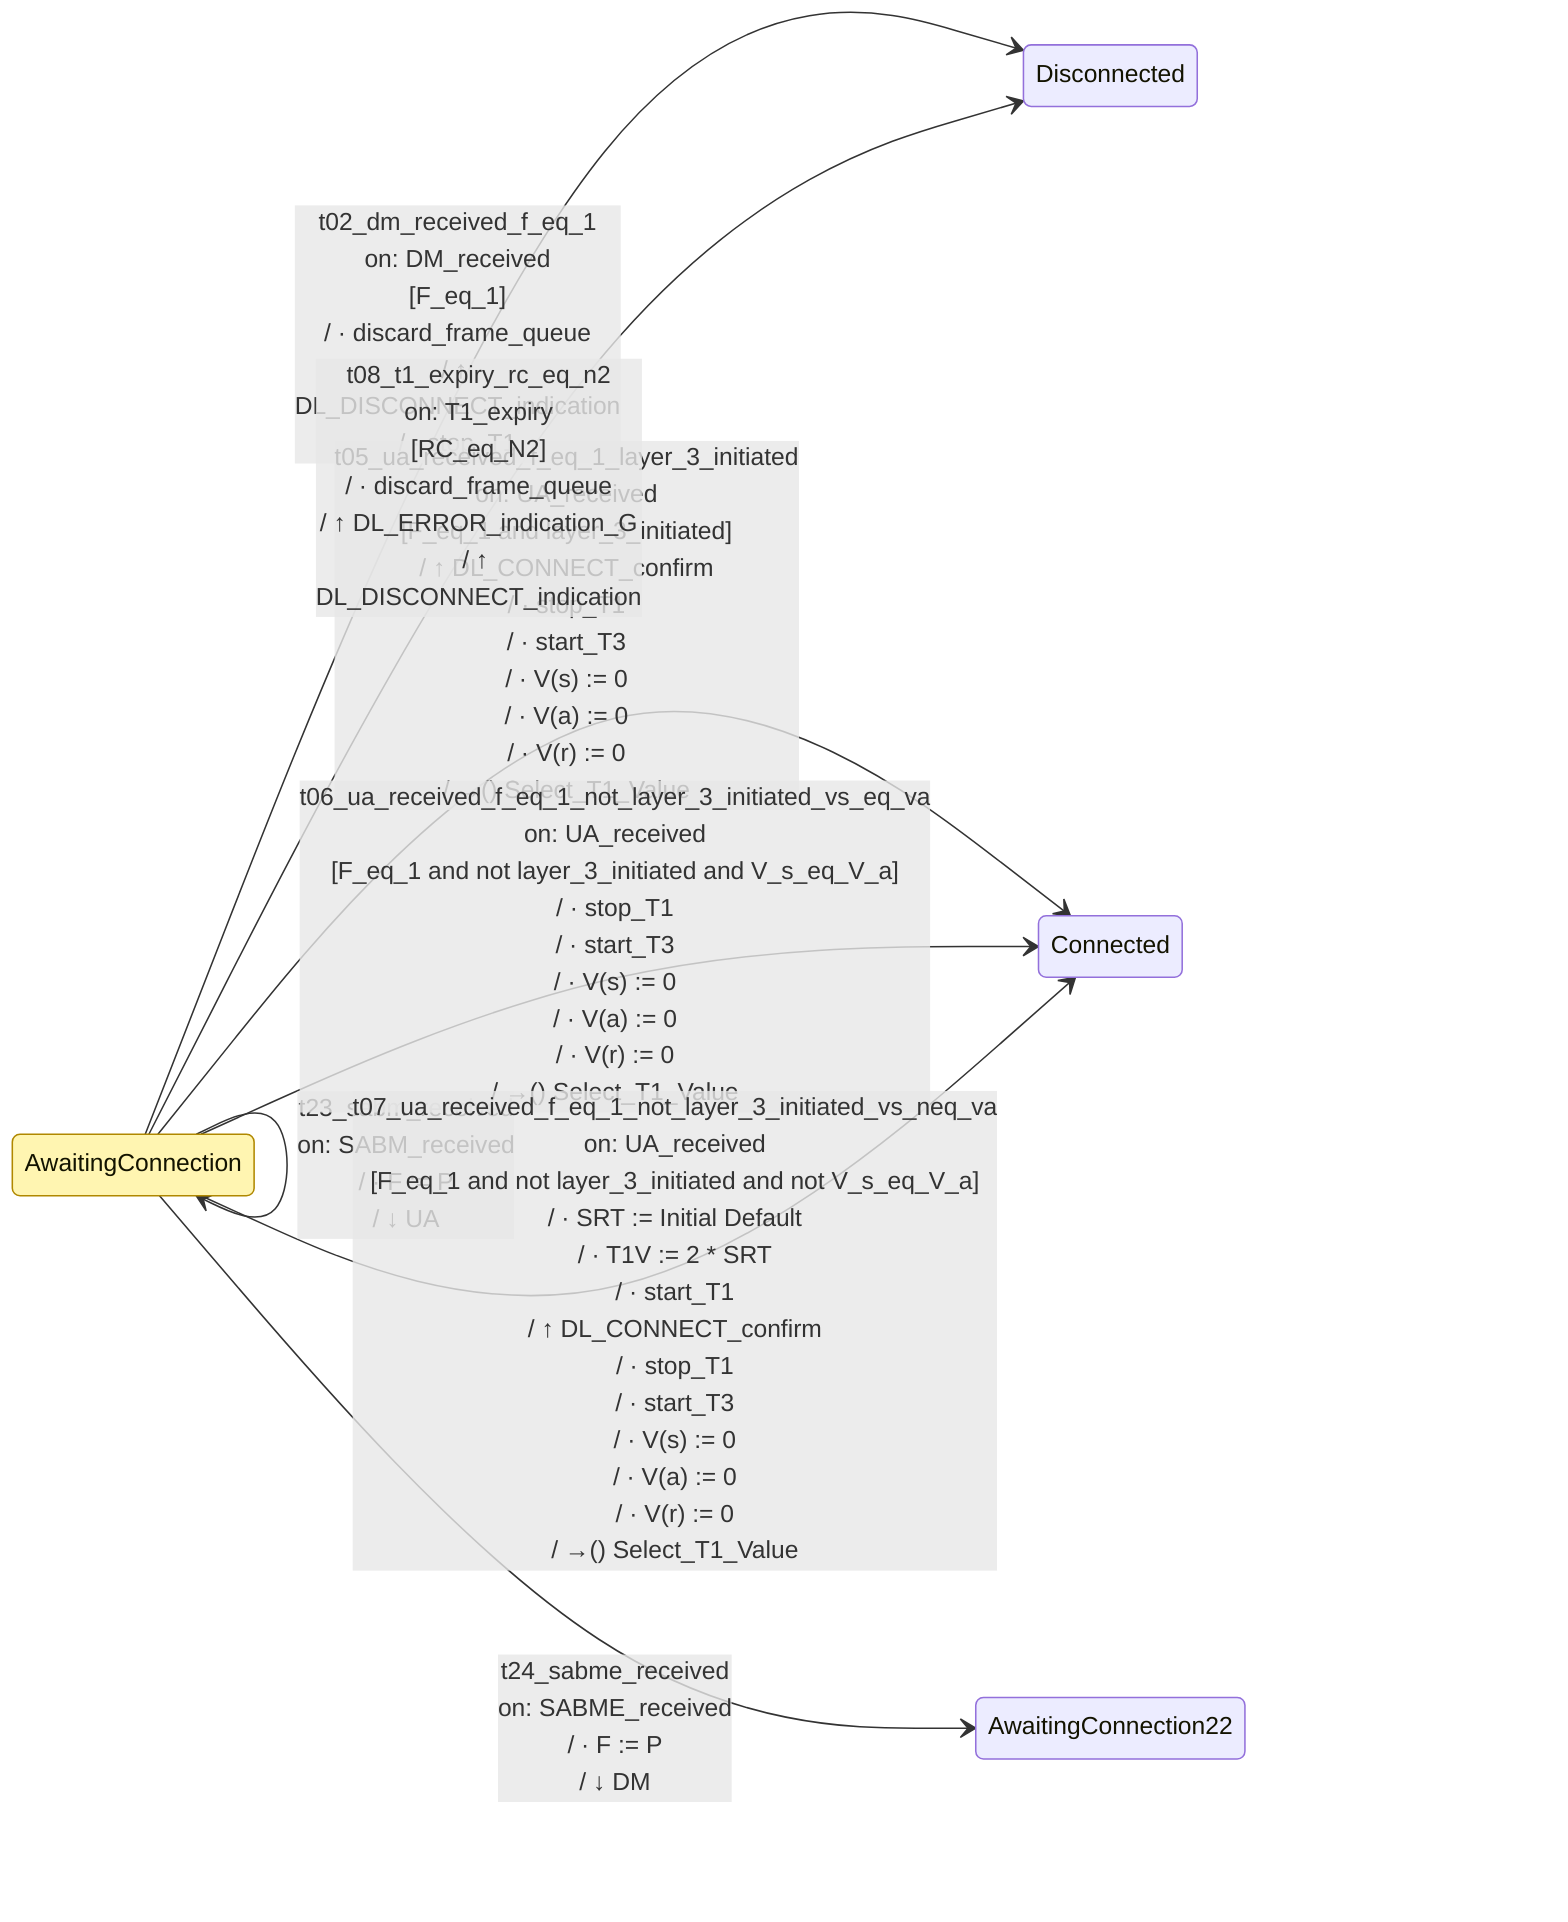
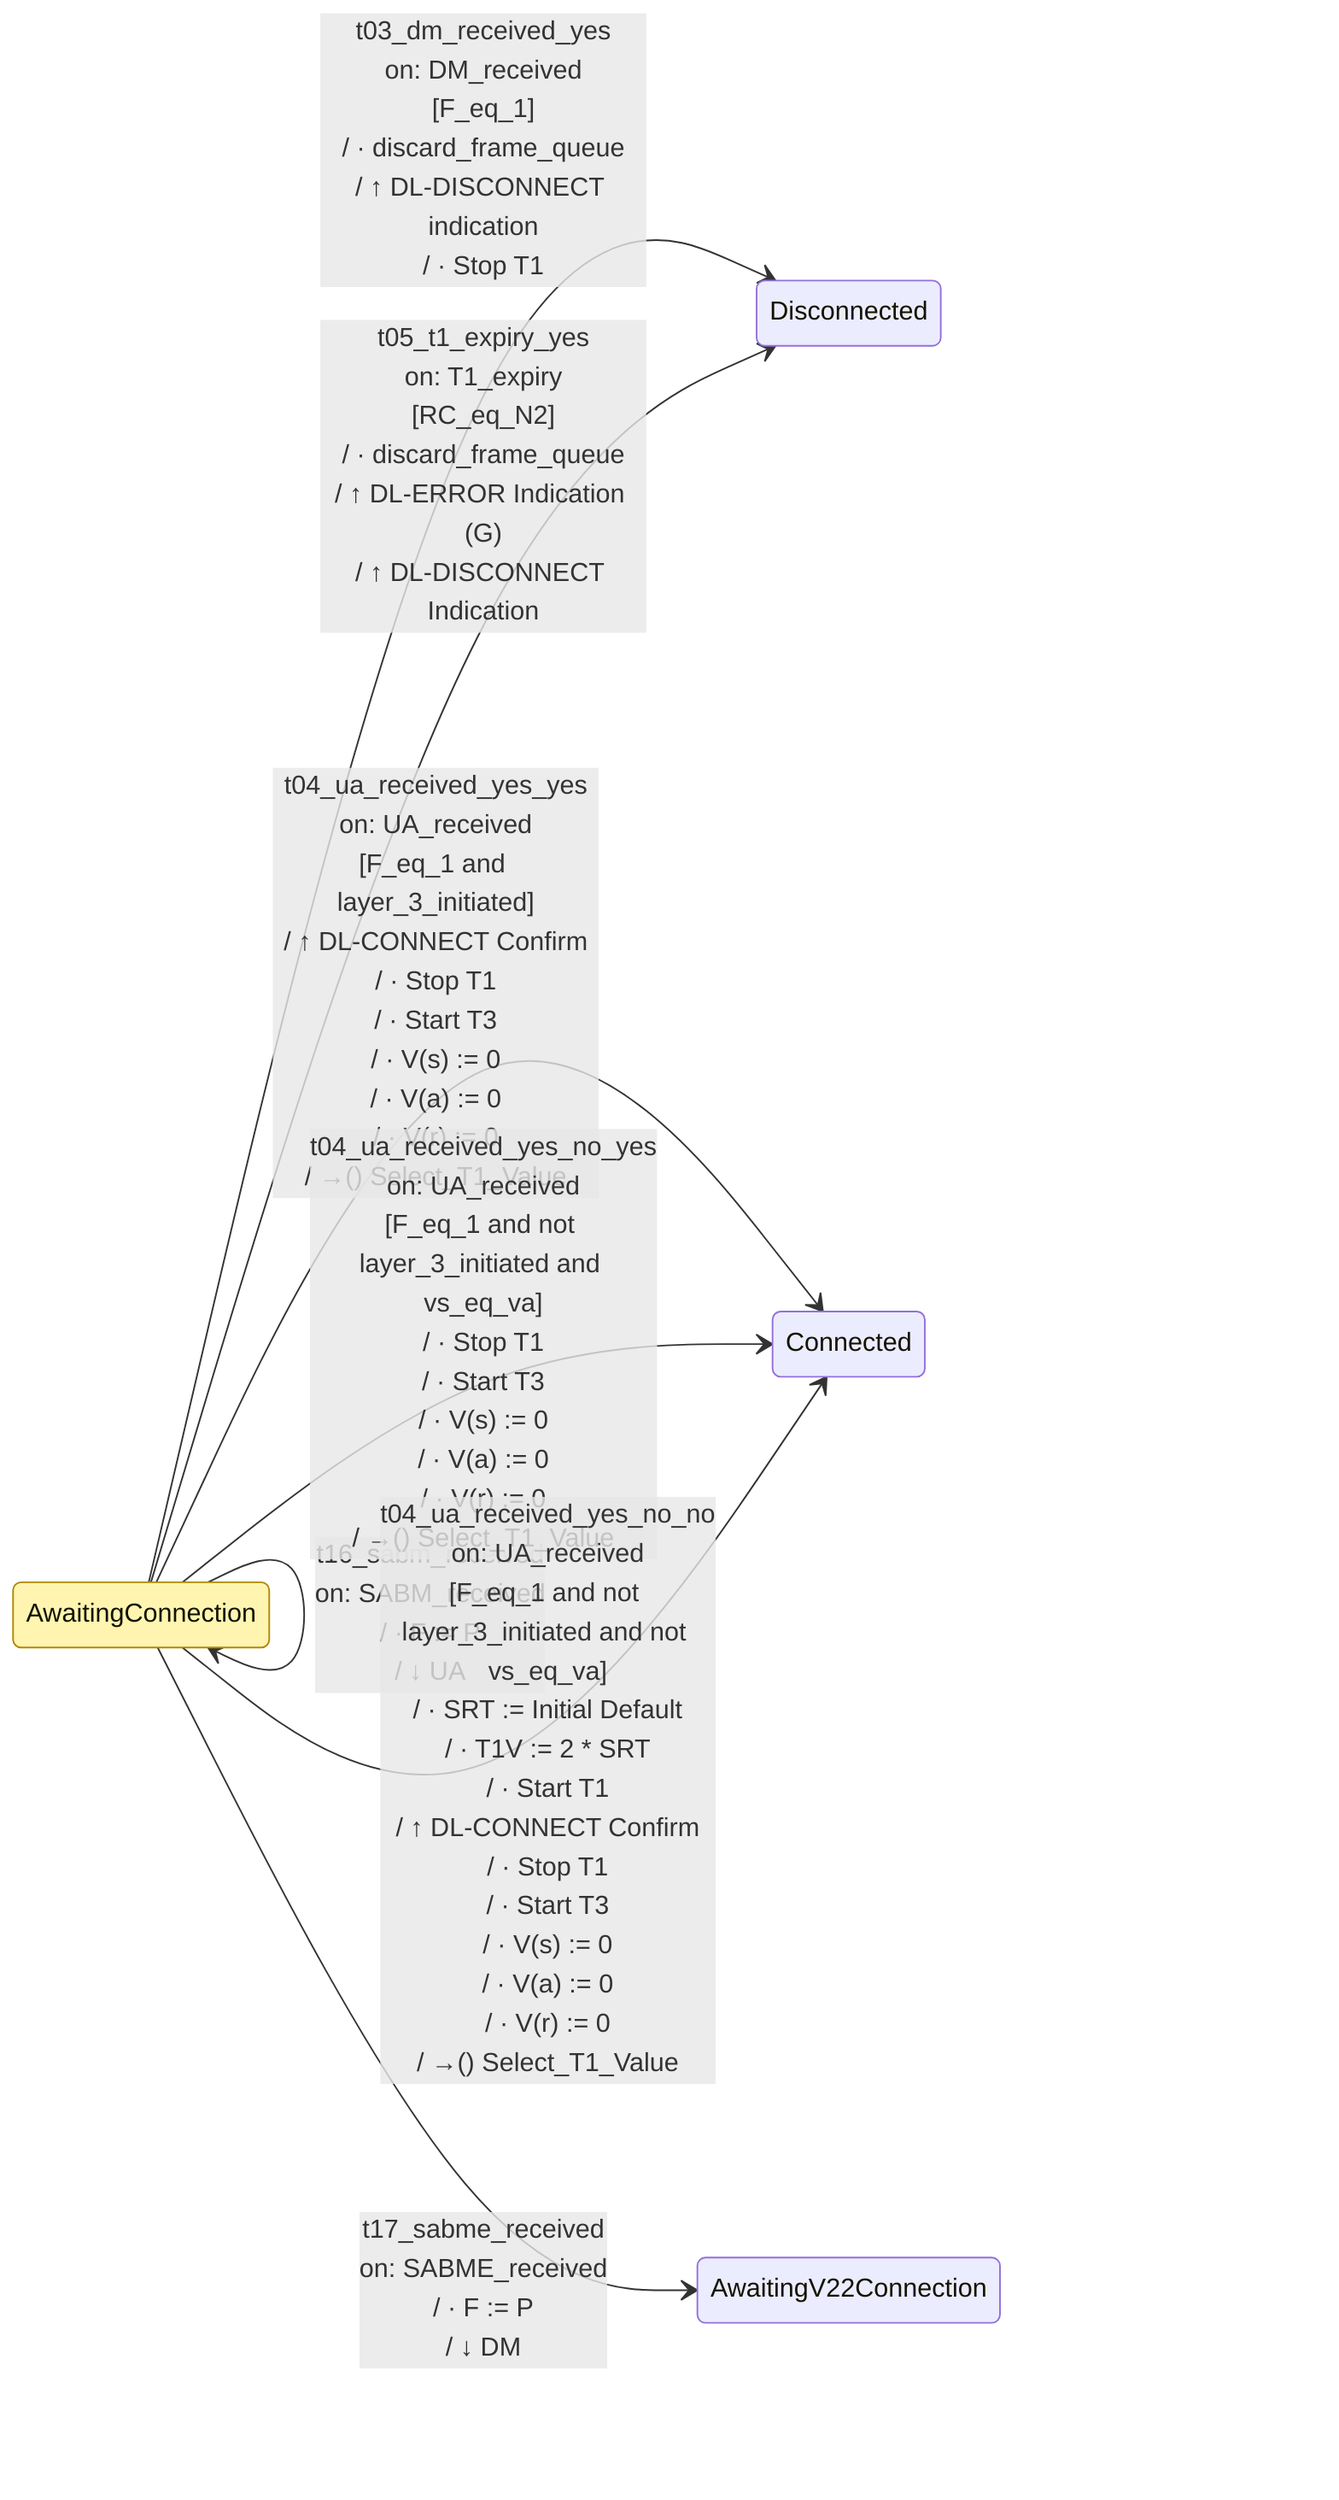
%% This file was produced by codegen/src/Packet.Sdl.CodeGen from spec-sdl/v2.2-errata/data-link/awaiting_connection.sdl.yaml
%% Do not edit by hand. Run `dotnet run --project codegen/src/Packet.Sdl.CodeGen` to regenerate.
%%
%% Source: ax.25.2.2.4_Oct_25, figure figc4.2
- %% URL: https://raw.githubusercontent.com/packethacking/ax25spec/main/doc/media/figc4.2.jpeg
%% Coverage: complete
%%
%% Important: this rendering is approximate and intentionally
%% looks nothing like the original SDL figure. It is a machine-
%% generated view of the transitions in the .sdl.yaml — useful
%% for spotting transcription bugs (missing transitions, wrong
%% destination state) but NOT a substitute for reading the spec
%% figure itself. See docs/sdl-primer.md.

stateDiagram-v2
    direction LR

    classDef focal fill:#fff5b1,stroke:#b08800;
    class AwaitingConnection focal
-     AwaitingConnection --> AwaitingConnection: t01_disc_received<br/>on: DISC_received<br/>/ · F := P<br/>/ ↓ DM
-     AwaitingConnection --> Disconnected: t02_dm_received_f_eq_1<br/>on: DM_received<br/>[F_eq_1]<br/>/ · discard_frame_queue<br/>/ ↑ DL_DISCONNECT_indication<br/>/ · stop_T1
-     AwaitingConnection --> AwaitingConnection: t03_dm_received_not_f_eq_1<br/>on: DM_received<br/>[not F_eq_1]
-     AwaitingConnection --> AwaitingConnection: t04_ua_received_not_f_eq_1<br/>on: UA_received<br/>[not F_eq_1]<br/>/ ↑ DL_ERROR_indication_D
-     AwaitingConnection --> Connected: t05_ua_received_f_eq_1_layer_3_initiated<br/>on: UA_received<br/>[F_eq_1 and layer_3_initiated]<br/>/ ↑ DL_CONNECT_confirm<br/>/ · stop_T1<br/>/ · start_T3<br/>/ · V(s) := 0<br/>/ · V(a) := 0<br/>/ · V(r) := 0<br/>/ →() Select_T1_Value
-     AwaitingConnection --> Connected: t06_ua_received_f_eq_1_not_layer_3_initiated_vs_eq_va<br/>on: UA_received<br/>[F_eq_1 and not layer_3_initiated and V_s_eq_V_a]<br/>/ · stop_T1<br/>/ · start_T3<br/>/ · V(s) := 0<br/>/ · V(a) := 0<br/>/ · V(r) := 0<br/>/ →() Select_T1_Value
-     AwaitingConnection --> Connected: t07_ua_received_f_eq_1_not_layer_3_initiated_vs_neq_va<br/>on: UA_received<br/>[F_eq_1 and not layer_3_initiated and not V_s_eq_V_a]<br/>/ · SRT := Initial Default<br/>/ · T1V := 2 * SRT<br/>/ · start_T1<br/>/ ↑ DL_CONNECT_confirm<br/>/ · stop_T1<br/>/ · start_T3<br/>/ · V(s) := 0<br/>/ · V(a) := 0<br/>/ · V(r) := 0<br/>/ →() Select_T1_Value
-     AwaitingConnection --> Disconnected: t08_t1_expiry_rc_eq_n2<br/>on: T1_expiry<br/>[RC_eq_N2]<br/>/ · discard_frame_queue<br/>/ ↑ DL_ERROR_indication_G<br/>/ ↑ DL_DISCONNECT_indication
-     AwaitingConnection --> AwaitingConnection: t09_t1_expiry_rc_neq_n2<br/>on: T1_expiry<br/>[not RC_eq_N2]<br/>/ · RC := RC + 1<br/>/ ↓ SABM (P == 1)<br/>/ →() Select_T1_Value<br/>/ · start_T1
-     AwaitingConnection --> AwaitingConnection: t10_all_other_primitives_from_upper_layer<br/>on: all_other_primitives__from_upper_layer
-     AwaitingConnection --> AwaitingConnection: t11_dl_connect_request<br/>on: DL_CONNECT_request<br/>/ · discard_queue<br/>/ · set_layer_3_initiated
-     AwaitingConnection --> AwaitingConnection: t12_dl_unit_data_request<br/>on: DL_UNIT_DATA_request<br/>/ ↓ UI_command
-     AwaitingConnection --> AwaitingConnection: t13_dl_data_request_layer_3_initiated<br/>on: DL_DATA_request<br/>[layer_3_initiated]<br/>/ ⇢ push_frame_on_queue
-     AwaitingConnection --> AwaitingConnection: t14_dl_data_request_not_layer_3_initiated<br/>on: DL_DATA_request<br/>[not layer_3_initiated]
-     AwaitingConnection --> AwaitingConnection: t15_i_frame_pops_off_queue_layer_3_initiated<br/>on: I_frame_pops_off_queue<br/>[layer_3_initiated]<br/>/ ⇢ push_frame_on_queue
-     AwaitingConnection --> AwaitingConnection: t16_i_frame_pops_off_queue_not_layer_3_initiated<br/>on: I_frame_pops_off_queue<br/>[not layer_3_initiated]
-     AwaitingConnection --> AwaitingConnection: t17_all_other_primitives_from_lower_layer<br/>on: all_other_primitives__from_lower_layer
-     AwaitingConnection --> AwaitingConnection: t18_ui_received_p_eq_1<br/>on: UI_received<br/>[P_eq_1]<br/>/ →() UI_Check<br/>/ ↓ DM (F = 1)
-     AwaitingConnection --> AwaitingConnection: t19_ui_received_p_eq_0<br/>on: UI_received<br/>[not P_eq_1]<br/>/ →() UI_Check
-     AwaitingConnection --> AwaitingConnection: t20_control_field_error<br/>on: control_field_error<br/>/ ↑ DL_ERROR_indication_L
-     AwaitingConnection --> AwaitingConnection: t21_info_not_permitted_in_frame<br/>on: info_not_permitted_in_frame<br/>/ ↑ DL_ERROR_indication_M
-     AwaitingConnection --> AwaitingConnection: t22_u_or_s_frame_length_error<br/>on: u_or_s_frame_length_error<br/>/ ↑ DL_ERROR_indication_N
-     AwaitingConnection --> AwaitingConnection: t23_sabm_received<br/>on: SABM_received<br/>/ · F := P<br/>/ ↓ UA
-     AwaitingConnection --> AwaitingConnection22: t24_sabme_received<br/>on: SABME_received<br/>/ · F := P<br/>/ ↓ DM
+     AwaitingConnection --> AwaitingConnection: t01_dl_disconnect_request<br/>on: DL_DISCONNECT_request
+     AwaitingConnection --> AwaitingConnection: t02_disc_received<br/>on: DISC_received<br/>/ · F := P<br/>/ ↓ DM
+     AwaitingConnection --> Disconnected: t03_dm_received_yes<br/>on: DM_received<br/>[F_eq_1]<br/>/ · discard_frame_queue<br/>/ ↑ DL-DISCONNECT indication<br/>/ · Stop T1
+     AwaitingConnection --> AwaitingConnection: t03_dm_received_no<br/>on: DM_received<br/>[not F_eq_1]
+     AwaitingConnection --> AwaitingConnection: t04_ua_received_no<br/>on: UA_received<br/>[not F_eq_1]<br/>/ ↑ DL-ERROR indication (D)
+     AwaitingConnection --> Connected: t04_ua_received_yes_yes<br/>on: UA_received<br/>[F_eq_1 and layer_3_initiated]<br/>/ ↑ DL-CONNECT Confirm<br/>/ · Stop T1<br/>/ · Start T3<br/>/ · V(s) := 0<br/>/ · V(a) := 0<br/>/ · V(r) := 0<br/>/ →() Select_T1_Value
+     AwaitingConnection --> Connected: t04_ua_received_yes_no_yes<br/>on: UA_received<br/>[F_eq_1 and not layer_3_initiated and vs_eq_va]<br/>/ · Stop T1<br/>/ · Start T3<br/>/ · V(s) := 0<br/>/ · V(a) := 0<br/>/ · V(r) := 0<br/>/ →() Select_T1_Value
+     AwaitingConnection --> Connected: t04_ua_received_yes_no_no<br/>on: UA_received<br/>[F_eq_1 and not layer_3_initiated and not vs_eq_va]<br/>/ · SRT := Initial Default<br/>/ · T1V := 2 * SRT<br/>/ · Start T1<br/>/ ↑ DL-CONNECT Confirm<br/>/ · Stop T1<br/>/ · Start T3<br/>/ · V(s) := 0<br/>/ · V(a) := 0<br/>/ · V(r) := 0<br/>/ →() Select_T1_Value
+     AwaitingConnection --> Disconnected: t05_t1_expiry_yes<br/>on: T1_expiry<br/>[RC_eq_N2]<br/>/ · discard_frame_queue<br/>/ ↑ DL-ERROR Indication (G)<br/>/ ↑ DL-DISCONNECT Indication
+     AwaitingConnection --> AwaitingConnection: t05_t1_expiry_no<br/>on: T1_expiry<br/>[not RC_eq_N2]<br/>/ · RC := RC + 1<br/>/ ↓ SABM (P == 1)<br/>/ →() Select_T1_Value<br/>/ · Start T1
+     AwaitingConnection --> AwaitingConnection: t06_all_other_primitives__from_upper_layer<br/>on: all_other_primitives__from_upper_layer
+     AwaitingConnection --> AwaitingConnection: t07_dl_connect_request<br/>on: DL_CONNECT_request<br/>/ · Discard Queue<br/>/ · Set Layer 3 Initiated
+     AwaitingConnection --> AwaitingConnection: t08_dl_unit_data_request<br/>on: DL_UNIT_DATA_request<br/>/ ↓ UI Command
+     AwaitingConnection --> AwaitingConnection: t09_dl_data_request_yes<br/>on: DL_DATA_request<br/>[layer_3_initiated]<br/>/ ⇢ Push Frame on Queue
+     AwaitingConnection --> AwaitingConnection: t09_dl_data_request_no<br/>on: DL_DATA_request<br/>[not layer_3_initiated]
+     AwaitingConnection --> AwaitingConnection: t10_i_frame_pops_off_queue_yes<br/>on: I_frame_pops_off_queue<br/>[layer_3_initiated]<br/>/ ⇢ Push Frame on Queue
+     AwaitingConnection --> AwaitingConnection: t10_i_frame_pops_off_queue_no<br/>on: I_frame_pops_off_queue<br/>[not layer_3_initiated]
+     AwaitingConnection --> AwaitingConnection: t11_all_other_primitives__from_lower_layer<br/>on: all_other_primitives__from_lower_layer
+     AwaitingConnection --> AwaitingConnection: t12_ui_received_yes<br/>on: UI_received<br/>[P_eq_1]<br/>/ →() UI Check<br/>/ ↓ DM (F = 1)
+     AwaitingConnection --> AwaitingConnection: t12_ui_received_no<br/>on: UI_received<br/>[not P_eq_1]<br/>/ →() UI Check
+     AwaitingConnection --> AwaitingConnection: t13_control_field_error<br/>on: control_field_error<br/>/ ↑ DL-ERROR Indication (L)
+     AwaitingConnection --> AwaitingConnection: t14_info_not_permitted_in_frame<br/>on: info_not_permitted_in_frame<br/>/ ↑ DL-ERROR Indication (M)
+     AwaitingConnection --> AwaitingConnection: t15_u_or_s_frame_length_error<br/>on: u_or_s_frame_length_error<br/>/ ↑ DL-ERROR Indication (N)
+     AwaitingConnection --> AwaitingConnection: t16_sabm_received<br/>on: SABM_received<br/>/ · F := P<br/>/ ↓ UA
+     AwaitingConnection --> AwaitingV22Connection: t17_sabme_received<br/>on: SABME_received<br/>/ · F := P<br/>/ ↓ DM
